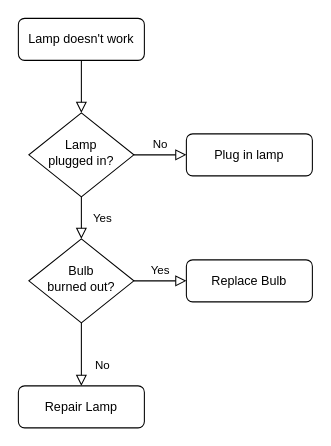
cooper147/dr_report keeps this draw.io diagram as 未命名绘图.drawio. Above is the earlier version. Source tidied: cells renumbered, new cells numbered last; positions are measured from the earlier drawing's top-left corner, leaving out a move shared by most shapes. Both pictures are drawn from the tidied source at 105%, with x=0, y=0 at pixel (18, 18).
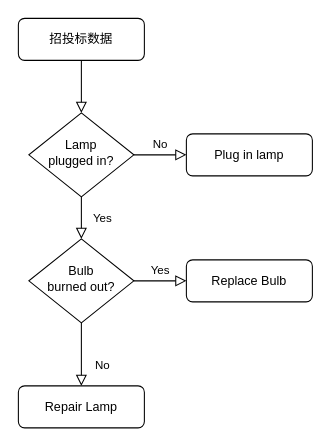
The same diagram, later.

Commit message:
招投标数据.drawio

The edit, as a diff of the source:
```diff
@@
 <mxGraphModel>
   <root>
     <mxCell id="0" />
     <mxCell id="1" parent="0" />
     <mxCell id="2" style="rounded=0;html=1;jettySize=auto;fontSize=11;endArrow=block;endFill=0;endSize=8;strokeWidth=1;shadow=0;labelBackgroundColor=none;edgeStyle=orthogonalEdgeStyle;" parent="1" edge="1" source="3" target="6">
       <mxGeometry relative="1" as="geometry" />
     </mxCell>
-    <mxCell id="3" value="Lamp doesn't work" style="rounded=1;whiteSpace=wrap;html=1;fontSize=12;glass=0;strokeWidth=1;shadow=0;" parent="1" vertex="1">
+    <mxCell id="3" value="招投标数据" style="rounded=1;whiteSpace=wrap;html=1;fontSize=12;glass=0;strokeWidth=1;shadow=0;" parent="1" vertex="1">
       <mxGeometry width="120" height="40" as="geometry" />
     </mxCell>
     <mxCell id="4" value="Yes" style="rounded=0;html=1;jettySize=auto;fontSize=11;endArrow=block;endFill=0;endSize=8;strokeWidth=1;shadow=0;labelBackgroundColor=none;edgeStyle=orthogonalEdgeStyle;" parent="1" edge="1" source="6" target="10">
       <mxGeometry y="20" relative="1" as="geometry" />
     </mxCell>
     <mxCell id="5" value="No" style="edgeStyle=orthogonalEdgeStyle;rounded=0;html=1;jettySize=auto;fontSize=11;endArrow=block;endFill=0;endSize=8;strokeWidth=1;shadow=0;labelBackgroundColor=none;" parent="1" edge="1" source="6" target="7">
       <mxGeometry y="10" relative="1" as="geometry" />
     </mxCell>
     <mxCell id="6" value="Lamp&lt;br&gt;plugged in?" style="rhombus;whiteSpace=wrap;html=1;shadow=0;fontFamily=Helvetica;fontSize=12;align=center;strokeWidth=1;spacing=6;spacingTop=-4;" parent="1" vertex="1">
       <mxGeometry x="10" y="90" width="100" height="80" as="geometry" />
     </mxCell>
     <mxCell id="7" value="Plug in lamp" style="rounded=1;whiteSpace=wrap;html=1;fontSize=12;glass=0;strokeWidth=1;shadow=0;" parent="1" vertex="1">
       <mxGeometry x="160" y="110" width="120" height="40" as="geometry" />
     </mxCell>
     <mxCell id="8" value="No" style="rounded=0;html=1;jettySize=auto;fontSize=11;endArrow=block;endFill=0;endSize=8;strokeWidth=1;shadow=0;labelBackgroundColor=none;edgeStyle=orthogonalEdgeStyle;" parent="1" edge="1" source="10" target="11">
       <mxGeometry x="0.33" y="20" relative="1" as="geometry" />
     </mxCell>
     <mxCell id="9" value="Yes" style="edgeStyle=orthogonalEdgeStyle;rounded=0;html=1;jettySize=auto;fontSize=11;endArrow=block;endFill=0;endSize=8;strokeWidth=1;shadow=0;labelBackgroundColor=none;" parent="1" edge="1" source="10" target="12">
       <mxGeometry y="10" relative="1" as="geometry" />
     </mxCell>
     <mxCell id="10" value="Bulb&lt;br&gt;burned out?" style="rhombus;whiteSpace=wrap;html=1;shadow=0;fontFamily=Helvetica;fontSize=12;align=center;strokeWidth=1;spacing=6;spacingTop=-4;" parent="1" vertex="1">
       <mxGeometry x="10" y="210" width="100" height="80" as="geometry" />
     </mxCell>
     <mxCell id="11" value="Repair Lamp" style="rounded=1;whiteSpace=wrap;html=1;fontSize=12;glass=0;strokeWidth=1;shadow=0;" parent="1" vertex="1">
       <mxGeometry y="350" width="120" height="40" as="geometry" />
     </mxCell>
     <mxCell id="12" value="Replace Bulb" style="rounded=1;whiteSpace=wrap;html=1;fontSize=12;glass=0;strokeWidth=1;shadow=0;" parent="1" vertex="1">
       <mxGeometry x="160" y="230" width="120" height="40" as="geometry" />
     </mxCell>
   </root>
 </mxGraphModel>
```
